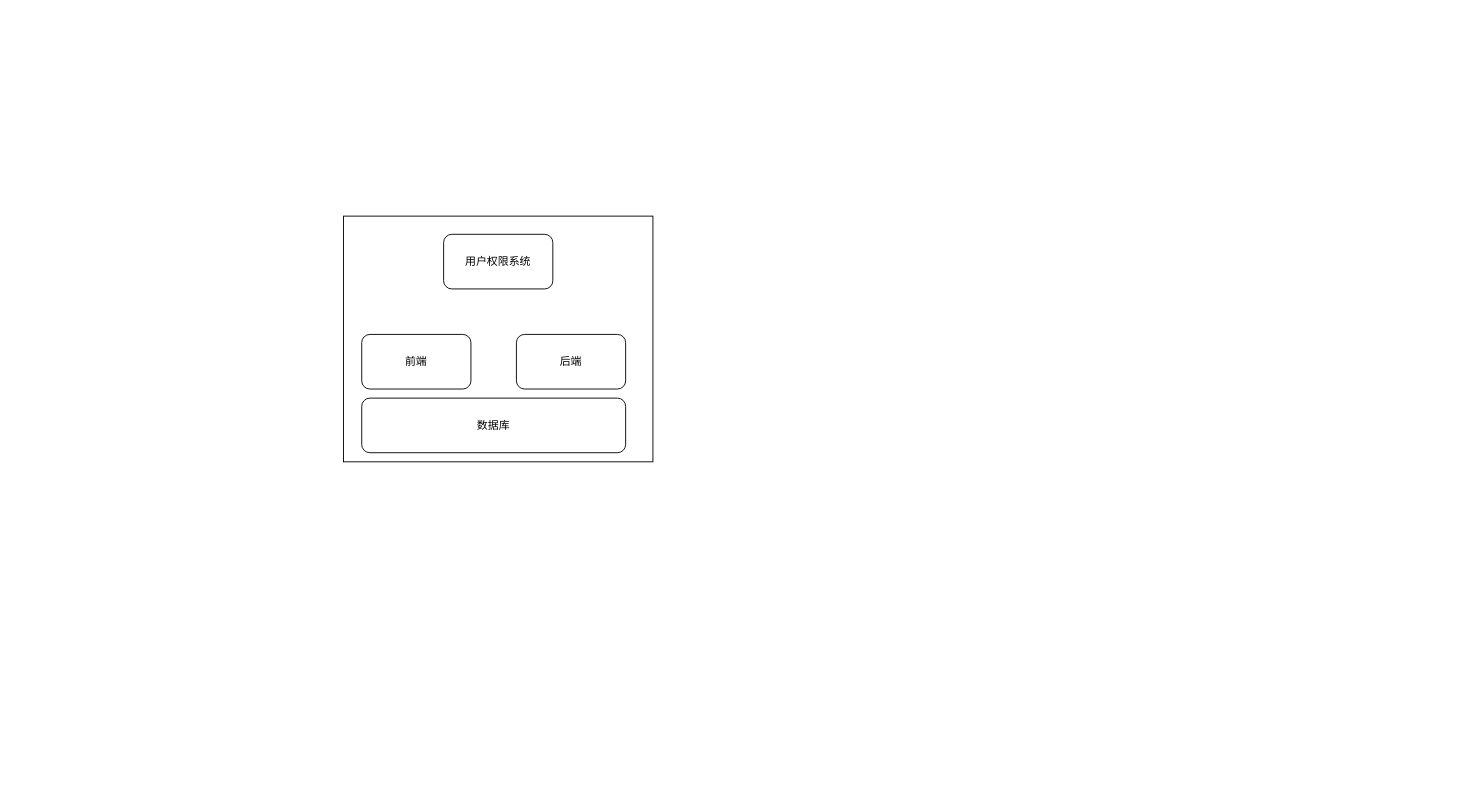
Above: 社保架构设计图.drawio in XiaoLiuAI/diagrams (draw.io), before the change. Source tidied: cells renumbered, new cells numbered last; positions are measured from the earlier drawing's top-left corner, leaving out a move shared by most shapes. Both pictures are drawn from the tidied source at 91%, with x=0, y=0 at pixel (343, 216).
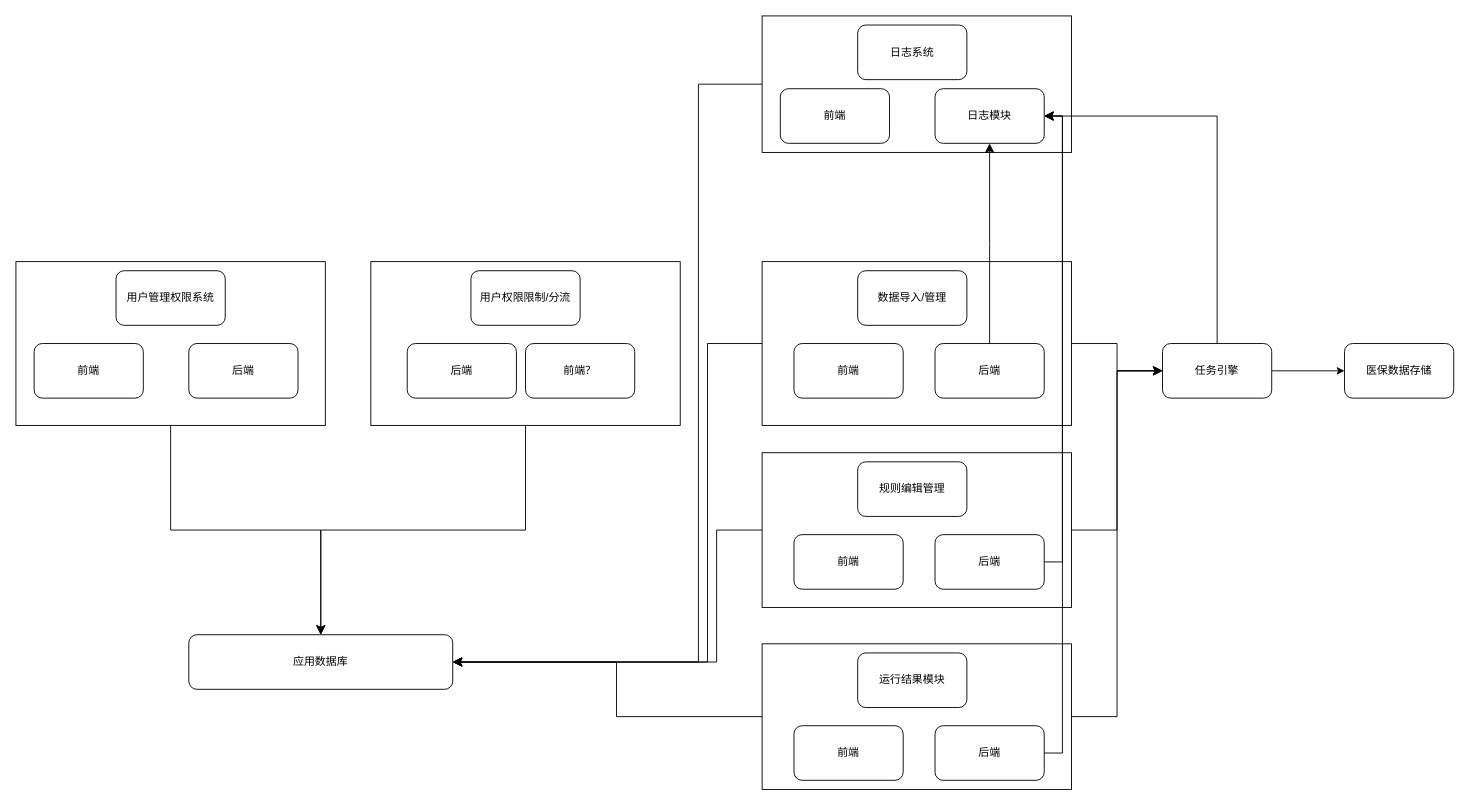
After the change.

Commit message (it also covers changes not shown here):
更新社保架构设计图.drawio

What changed in the source:
```diff
@@
+    <mxCell id="7" style="rounded=0;whiteSpace=wrap;html=1;" parent="1" vertex="1">
+      <mxGeometry x="30" y="50" width="340" height="180" as="geometry" />
+    </mxCell>
     <mxCell id="2" style="rounded=0;whiteSpace=wrap;html=1;" parent="1" vertex="1">
-      <mxGeometry width="340" height="270" as="geometry" />
+      <mxGeometry x="-360" y="50" width="340" height="180" as="geometry" />
     </mxCell>
-    <mxCell id="3" value="用户权限系统" style="rounded=1;whiteSpace=wrap;html=1;" parent="1" vertex="1">
-      <mxGeometry x="110" y="20" width="120" height="60" as="geometry" />
+    <mxCell id="3" value="用户管理权限系统" style="rounded=1;whiteSpace=wrap;html=1;" parent="1" vertex="1">
+      <mxGeometry x="-250" y="60" width="120" height="60" as="geometry" />
     </mxCell>
     <mxCell id="4" value="前端" style="rounded=1;whiteSpace=wrap;html=1;" parent="1" vertex="1">
-      <mxGeometry x="20" y="130" width="120" height="60" as="geometry" />
+      <mxGeometry x="-340" y="140" width="120" height="60" as="geometry" />
     </mxCell>
     <mxCell id="5" value="后端" style="rounded=1;whiteSpace=wrap;html=1;" parent="1" vertex="1">
-      <mxGeometry x="190" y="130" width="120" height="60" as="geometry" />
+      <mxGeometry x="-170" y="140" width="120" height="60" as="geometry" />
     </mxCell>
-    <mxCell id="6" value="数据库" style="rounded=1;whiteSpace=wrap;html=1;" parent="1" vertex="1">
-      <mxGeometry x="20" y="200" width="290" height="60" as="geometry" />
+    <mxCell id="6" value="应用数据库" style="rounded=1;whiteSpace=wrap;html=1;" parent="1" vertex="1">
+      <mxGeometry x="-170" y="460" width="290" height="60" as="geometry" />
     </mxCell>
+    <mxCell id="8" style="rounded=0;whiteSpace=wrap;html=1;" parent="1" vertex="1">
+      <mxGeometry x="460" y="-220" width="340" height="150" as="geometry" />
+    </mxCell>
+    <mxCell id="9" value="日志系统" style="rounded=1;whiteSpace=wrap;html=1;" parent="1" vertex="1">
+      <mxGeometry x="565" y="-210" width="120" height="60" as="geometry" />
+    </mxCell>
+    <mxCell id="10" value="用户权限限制/分流" style="rounded=1;whiteSpace=wrap;html=1;" parent="1" vertex="1">
+      <mxGeometry x="140" y="60" width="120" height="60" as="geometry" />
+    </mxCell>
+    <mxCell id="11" value="后端" style="rounded=1;whiteSpace=wrap;html=1;" parent="1" vertex="1">
+      <mxGeometry x="70" y="140" width="120" height="60" as="geometry" />
+    </mxCell>
+    <mxCell id="12" value="前端？" style="rounded=1;whiteSpace=wrap;html=1;" parent="1" vertex="1">
+      <mxGeometry x="200" y="140" width="120" height="60" as="geometry" />
+    </mxCell>
+    <mxCell id="13" style="rounded=0;whiteSpace=wrap;html=1;" parent="1" vertex="1">
+      <mxGeometry x="460" y="50" width="340" height="180" as="geometry" />
+    </mxCell>
+    <mxCell id="14" value="数据导入/管理" style="rounded=1;whiteSpace=wrap;html=1;" parent="1" vertex="1">
+      <mxGeometry x="565" y="60" width="120" height="60" as="geometry" />
+    </mxCell>
+    <mxCell id="15" value="后端" style="rounded=1;whiteSpace=wrap;html=1;" parent="1" vertex="1">
+      <mxGeometry x="650" y="140" width="120" height="60" as="geometry" />
+    </mxCell>
+    <mxCell id="16" value="前端" style="rounded=1;whiteSpace=wrap;html=1;" parent="1" vertex="1">
+      <mxGeometry x="495" y="140" width="120" height="60" as="geometry" />
+    </mxCell>
+    <mxCell id="17" value="任务引擎" style="rounded=1;whiteSpace=wrap;html=1;" parent="1" vertex="1">
+      <mxGeometry x="900" y="140" width="120" height="60" as="geometry" />
+    </mxCell>
+    <mxCell id="18" value="医保数据存储" style="rounded=1;whiteSpace=wrap;html=1;" parent="1" vertex="1">
+      <mxGeometry x="1100" y="140" width="120" height="60" as="geometry" />
+    </mxCell>
+    <mxCell id="19" style="edgeStyle=elbowEdgeStyle;elbow=vertical;endArrow=classic;html=1;curved=0;rounded=0;endSize=8;startSize=8;exitX=0.5;exitY=1;exitDx=0;exitDy=0;entryX=0.5;entryY=0;entryDx=0;entryDy=0;" parent="1" edge="1" source="2" target="6">
+      <mxGeometry relative="1" as="geometry" />
+    </mxCell>
+    <mxCell id="20" style="edgeStyle=elbowEdgeStyle;elbow=vertical;endArrow=classic;html=1;curved=0;rounded=0;endSize=8;startSize=8;exitX=0.5;exitY=1;exitDx=0;exitDy=0;entryX=0.5;entryY=0;entryDx=0;entryDy=0;" parent="1" edge="1" source="7" target="6">
+      <mxGeometry relative="1" as="geometry" />
+    </mxCell>
+    <mxCell id="21" style="group;" parent="1" vertex="1">
+      <mxGeometry x="460" y="260" width="340" height="170" as="geometry" />
+    </mxCell>
+    <mxCell id="22" style="rounded=0;whiteSpace=wrap;html=1;" parent="21" vertex="1">
+      <mxGeometry width="340" height="170" as="geometry" />
+    </mxCell>
+    <mxCell id="23" value="规则编辑管理" style="rounded=1;whiteSpace=wrap;html=1;" parent="21" vertex="1">
+      <mxGeometry x="105" y="10" width="120" height="60" as="geometry" />
+    </mxCell>
+    <mxCell id="24" value="后端" style="rounded=1;whiteSpace=wrap;html=1;" parent="21" vertex="1">
+      <mxGeometry x="190" y="90" width="120" height="60" as="geometry" />
+    </mxCell>
+    <mxCell id="25" value="前端" style="rounded=1;whiteSpace=wrap;html=1;" parent="21" vertex="1">
+      <mxGeometry x="35" y="90" width="120" height="60" as="geometry" />
+    </mxCell>
+    <mxCell id="26" style="group;" parent="1" vertex="1">
+      <mxGeometry x="460" y="470" width="340" height="160" as="geometry" />
+    </mxCell>
+    <mxCell id="27" style="rounded=0;whiteSpace=wrap;html=1;" parent="26" vertex="1">
+      <mxGeometry width="340" height="160" as="geometry" />
+    </mxCell>
+    <mxCell id="28" value="运行结果模块" style="rounded=1;whiteSpace=wrap;html=1;" parent="26" vertex="1">
+      <mxGeometry x="105" y="10" width="120" height="60" as="geometry" />
+    </mxCell>
+    <mxCell id="29" value="后端" style="rounded=1;whiteSpace=wrap;html=1;" parent="26" vertex="1">
+      <mxGeometry x="190" y="90" width="120" height="60" as="geometry" />
+    </mxCell>
+    <mxCell id="30" value="前端" style="rounded=1;whiteSpace=wrap;html=1;" parent="26" vertex="1">
+      <mxGeometry x="35" y="90" width="120" height="60" as="geometry" />
+    </mxCell>
+    <mxCell id="31" style="edgeStyle=elbowEdgeStyle;elbow=horizontal;endArrow=classic;html=1;curved=0;rounded=0;endSize=8;startSize=8;exitX=0;exitY=0.5;exitDx=0;exitDy=0;entryX=1;entryY=0.5;entryDx=0;entryDy=0;" parent="1" edge="1" source="13" target="6">
+      <mxGeometry relative="1" as="geometry">
+        <Array as="points">
+          <mxPoint x="400" y="330" />
+        </Array>
+      </mxGeometry>
+    </mxCell>
+    <mxCell id="32" style="edgeStyle=elbowEdgeStyle;elbow=horizontal;endArrow=classic;html=1;curved=0;rounded=0;endSize=8;startSize=8;exitX=0;exitY=0.5;exitDx=0;exitDy=0;entryX=1;entryY=0.5;entryDx=0;entryDy=0;" parent="1" edge="1" source="22" target="6">
+      <mxGeometry relative="1" as="geometry">
+        <Array as="points">
+          <mxPoint x="410" y="340" />
+        </Array>
+      </mxGeometry>
+    </mxCell>
+    <mxCell id="33" style="edgeStyle=elbowEdgeStyle;elbow=horizontal;endArrow=classic;html=1;curved=0;rounded=0;endSize=8;startSize=8;exitX=0;exitY=0.5;exitDx=0;exitDy=0;entryX=1;entryY=0.5;entryDx=0;entryDy=0;" parent="1" edge="1" source="27" target="6">
+      <mxGeometry relative="1" as="geometry">
+        <Array as="points">
+          <mxPoint x="300" y="500" />
+        </Array>
+      </mxGeometry>
+    </mxCell>
+    <mxCell id="34" style="edgeStyle=elbowEdgeStyle;elbow=horizontal;endArrow=classic;html=1;curved=0;rounded=0;endSize=8;startSize=8;entryX=0;entryY=0.5;entryDx=0;entryDy=0;" parent="1" edge="1" source="22" target="17">
+      <mxGeometry relative="1" as="geometry" />
+    </mxCell>
+    <mxCell id="35" style="edgeStyle=elbowEdgeStyle;elbow=horizontal;endArrow=classic;html=1;curved=0;rounded=0;endSize=8;startSize=8;entryX=0;entryY=0.5;entryDx=0;entryDy=0;exitX=1;exitY=0.5;exitDx=0;exitDy=0;" parent="1" edge="1" source="13" target="17">
+      <mxGeometry relative="1" as="geometry" />
+    </mxCell>
+    <mxCell id="36" style="edgeStyle=elbowEdgeStyle;elbow=horizontal;endArrow=classic;html=1;curved=0;rounded=0;endSize=8;startSize=8;entryX=0;entryY=0.5;entryDx=0;entryDy=0;exitX=1;exitY=0.5;exitDx=0;exitDy=0;" parent="1" edge="1" source="27" target="17">
+      <mxGeometry relative="1" as="geometry" />
+    </mxCell>
+    <mxCell id="37" style="endArrow=classic;html=1;rounded=0;entryX=0;entryY=0.5;entryDx=0;entryDy=0;exitX=1;exitY=0.5;exitDx=0;exitDy=0;" parent="1" edge="1" source="17" target="18">
+      <mxGeometry relative="1" as="geometry" />
+    </mxCell>
+    <mxCell id="38" value="前端" style="rounded=1;whiteSpace=wrap;html=1;" parent="1" vertex="1">
+      <mxGeometry x="480" y="-140" width="120" height="60" as="geometry" />
+    </mxCell>
+    <mxCell id="39" value="日志模块" style="rounded=1;whiteSpace=wrap;html=1;" parent="1" vertex="1">
+      <mxGeometry x="650" y="-140" width="120" height="60" as="geometry" />
+    </mxCell>
+    <mxCell id="40" style="edgeStyle=elbowEdgeStyle;elbow=horizontal;endArrow=classic;html=1;curved=0;rounded=0;endSize=8;startSize=8;exitX=0;exitY=0.5;exitDx=0;exitDy=0;entryX=1;entryY=0.5;entryDx=0;entryDy=0;" parent="1" edge="1" source="8" target="6">
+      <mxGeometry relative="1" as="geometry">
+        <Array as="points">
+          <mxPoint x="390" y="190" />
+        </Array>
+      </mxGeometry>
+    </mxCell>
+    <mxCell id="41" style="edgeStyle=elbowEdgeStyle;elbow=vertical;endArrow=classic;html=1;curved=0;rounded=0;endSize=8;startSize=8;exitX=0.5;exitY=0;exitDx=0;exitDy=0;entryX=1;entryY=0.5;entryDx=0;entryDy=0;" parent="1" edge="1" source="17" target="39">
+      <mxGeometry relative="1" as="geometry">
+        <Array as="points">
+          <mxPoint x="890" y="-110" />
+        </Array>
+      </mxGeometry>
+    </mxCell>
+    <mxCell id="42" style="edgeStyle=elbowEdgeStyle;elbow=vertical;endArrow=classic;html=1;curved=0;rounded=0;endSize=8;startSize=8;entryX=0.5;entryY=1;entryDx=0;entryDy=0;exitX=0.5;exitY=0;exitDx=0;exitDy=0;" parent="1" edge="1" source="15" target="39">
+      <mxGeometry relative="1" as="geometry" />
+    </mxCell>
+    <mxCell id="43" style="edgeStyle=elbowEdgeStyle;elbow=vertical;endArrow=classic;html=1;curved=0;rounded=0;endSize=8;startSize=8;entryX=1;entryY=0.5;entryDx=0;entryDy=0;exitX=1;exitY=0.5;exitDx=0;exitDy=0;" parent="1" edge="1" source="24" target="39">
+      <mxGeometry relative="1" as="geometry">
+        <Array as="points">
+          <mxPoint x="790" y="140" />
+        </Array>
+      </mxGeometry>
+    </mxCell>
+    <mxCell id="44" style="edgeStyle=elbowEdgeStyle;elbow=vertical;endArrow=classic;html=1;curved=0;rounded=0;endSize=8;startSize=8;exitX=1;exitY=0.5;exitDx=0;exitDy=0;entryX=1;entryY=0.5;entryDx=0;entryDy=0;" parent="1" edge="1" source="29" target="39">
+      <mxGeometry relative="1" as="geometry">
+        <Array as="points">
+          <mxPoint x="790" y="590" />
+        </Array>
+      </mxGeometry>
+    </mxCell>
```
